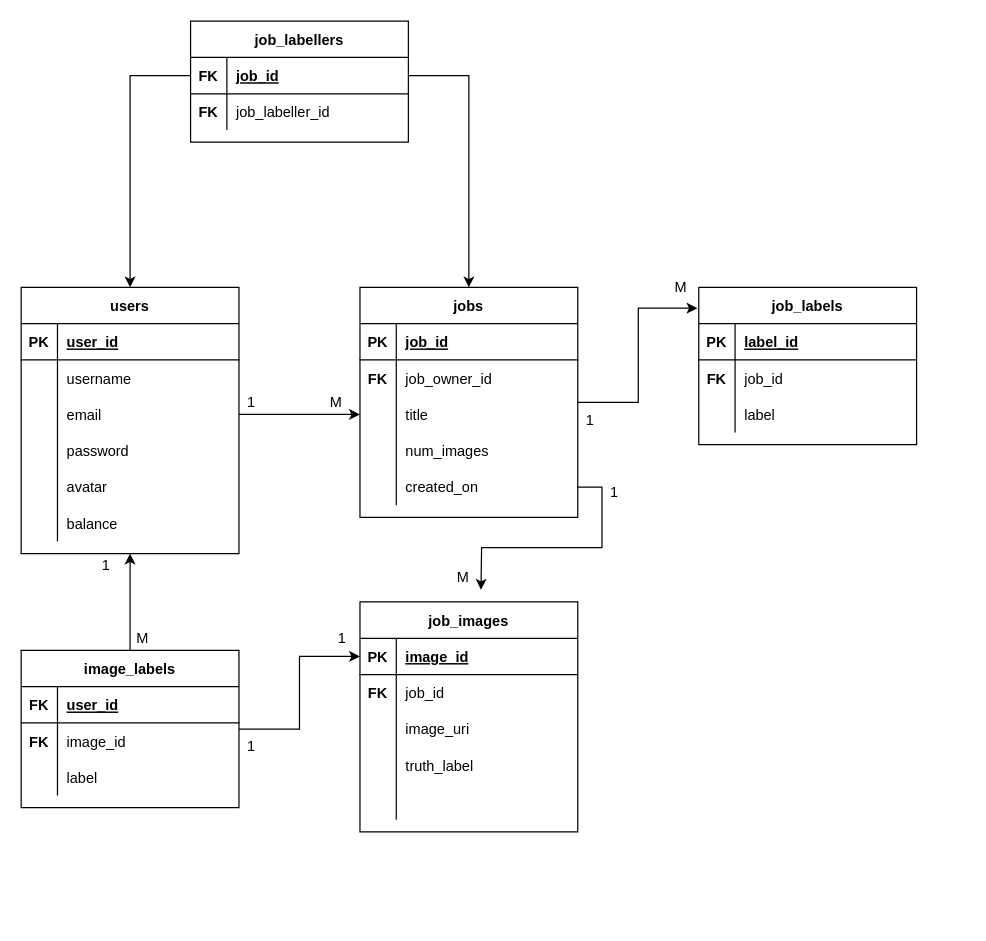
The draw.io diagram db_structure.drawio in faisal2754/Data-Labelling-Server, before the edit. Source tidied: cells renumbered, new cells numbered last; positions are measured from the earlier drawing's top-left corner, leaving out a move shared by most shapes. Both pictures are drawn from the tidied source at 121%, with x=0, y=0 at pixel (21, 21).
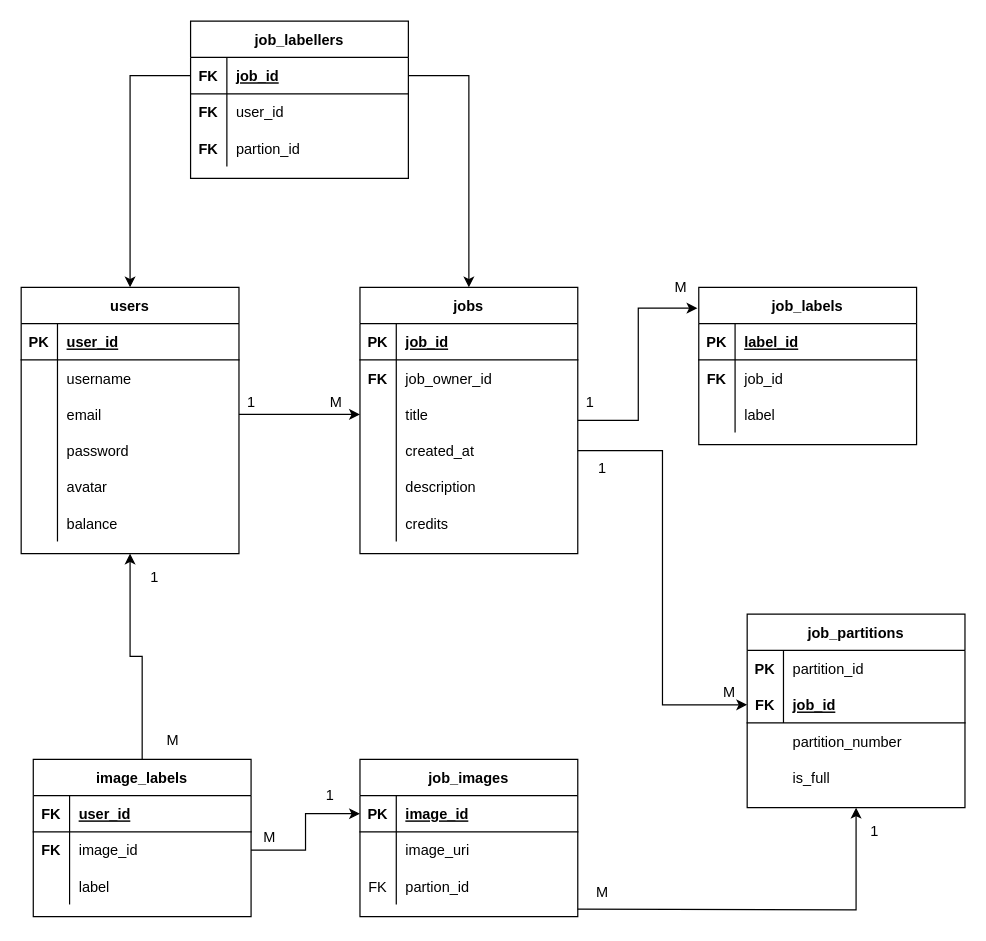
The same page after the edit.

The change refers to these unchanged cells:
```xml
<mxCell id="39" style="shape=partialRectangle;fillColor=none;top=0;left=0;bottom=1;right=0;points=[[0,0.5],[1,0.5]];portConstraint=eastwest;" parent="38" vertex="1">
  <mxGeometry y="30" width="180" height="30" as="geometry" />
</mxCell>
<mxCell id="78" style="shape=partialRectangle;fillColor=none;top=0;left=0;bottom=0;right=0;points=[[0,0.5],[1,0.5]];portConstraint=eastwest;" parent="74" vertex="1">
  <mxGeometry y="60" width="180" height="30" as="geometry" />
</mxCell>
<mxCell id="92" style="shape=partialRectangle;fillColor=none;top=0;left=0;bottom=0;right=0;" parent="88" vertex="1">
  <mxGeometry y="60" width="180" height="30" as="geometry" />
</mxCell>
```

Change to the diagram source:
```diff
@@
     <mxCell id="22" value="jobs" style="shape=table;startSize=30;childLayout=tableLayout;rowLines=0;fontStyle=1;align=center;" parent="1" vertex="1">
-      <mxGeometry x="280" y="220" width="180" height="190" as="geometry" />
+      <mxGeometry x="280" y="220" width="180" height="220" as="geometry" />
     </mxCell>
@@
-    <mxCell id="32" style="shape=partialRectangle;fillColor=none;top=0;left=0;bottom=0;right=0;" parent="22" vertex="1">
-      <mxGeometry y="120" width="180" height="30" as="geometry" />
-    </mxCell>
-    <mxCell id="33" style="shape=partialRectangle;fillColor=none;top=0;left=0;bottom=0;right=0;overflow=hidden;" parent="32" vertex="1">
-      <mxGeometry width="30" height="30" as="geometry" />
-    </mxCell>
-    <mxCell id="34" value="num_images" style="shape=partialRectangle;fillColor=none;top=0;left=0;bottom=0;right=0;align=left;spacingLeft=6;overflow=hidden;" parent="32" vertex="1">
-      <mxGeometry x="30" width="150" height="30" as="geometry" />
-    </mxCell>
     <mxCell id="35" style="shape=partialRectangle;fillColor=none;top=0;left=0;bottom=0;right=0;points=[[0,0.5],[1,0.5]];portConstraint=eastwest;" parent="22" vertex="1">
-      <mxGeometry y="150" width="180" height="30" as="geometry" />
+      <mxGeometry y="120" width="180" height="30" as="geometry" />
     </mxCell>
@@
-    <mxCell id="37" value="created_on" style="shape=partialRectangle;fillColor=none;top=0;left=0;bottom=0;right=0;align=left;spacingLeft=6;overflow=hidden;" parent="35" vertex="1">
+    <mxCell id="37" value="created_at" style="shape=partialRectangle;fillColor=none;top=0;left=0;bottom=0;right=0;align=left;spacingLeft=6;overflow=hidden;" parent="35" vertex="1">
       <mxGeometry x="30" width="150" height="30" as="geometry" />
     </mxCell>
+    <mxCell id="97" style="shape=partialRectangle;fillColor=none;top=0;left=0;bottom=0;right=0;" parent="22" vertex="1">
+      <mxGeometry y="150" width="180" height="30" as="geometry" />
+    </mxCell>
+    <mxCell id="98" style="shape=partialRectangle;fillColor=none;top=0;left=0;bottom=0;right=0;overflow=hidden;" parent="97" vertex="1">
+      <mxGeometry width="30" height="30" as="geometry" />
+    </mxCell>
+    <mxCell id="99" value="description" style="shape=partialRectangle;fillColor=none;top=0;left=0;bottom=0;right=0;align=left;spacingLeft=6;overflow=hidden;" parent="97" vertex="1">
+      <mxGeometry x="30" width="150" height="30" as="geometry" />
+    </mxCell>
+    <mxCell id="100" style="shape=partialRectangle;fillColor=none;top=0;left=0;bottom=0;right=0;" parent="22" vertex="1">
+      <mxGeometry y="180" width="180" height="30" as="geometry" />
+    </mxCell>
+    <mxCell id="101" style="shape=partialRectangle;fillColor=none;top=0;left=0;bottom=0;right=0;overflow=hidden;" parent="100" vertex="1">
+      <mxGeometry width="30" height="30" as="geometry" />
+    </mxCell>
+    <mxCell id="102" value="credits" style="shape=partialRectangle;fillColor=none;top=0;left=0;bottom=0;right=0;align=left;spacingLeft=6;overflow=hidden;" parent="100" vertex="1">
+      <mxGeometry x="30" width="150" height="30" as="geometry" />
+    </mxCell>
     <mxCell id="38" value="job_images" style="shape=table;startSize=30;childLayout=tableLayout;rowLines=0;fontStyle=1;align=center;" parent="1" vertex="1">
-      <mxGeometry x="280" y="480" width="180" height="190" as="geometry" />
+      <mxGeometry x="280" y="610" width="180" height="130" as="geometry" />
     </mxCell>
@@
-    <mxCell id="42" style="shape=partialRectangle;fillColor=none;top=0;left=0;bottom=0;right=0;" parent="38" vertex="1">
-      <mxGeometry y="60" width="180" height="30" as="geometry" />
-    </mxCell>
-    <mxCell id="43" value="FK" style="shape=partialRectangle;fillColor=none;top=0;left=0;bottom=0;right=0;overflow=hidden;fontStyle=1;" parent="42" vertex="1">
-      <mxGeometry width="30" height="30" as="geometry" />
-    </mxCell>
-    <mxCell id="44" value="job_id" style="shape=partialRectangle;fillColor=none;top=0;left=0;bottom=0;right=0;align=left;spacingLeft=6;overflow=hidden;" parent="42" vertex="1">
-      <mxGeometry x="30" width="150" height="30" as="geometry" />
-    </mxCell>
     <mxCell id="45" style="shape=partialRectangle;fillColor=none;top=0;left=0;bottom=0;right=0;" parent="38" vertex="1">
-      <mxGeometry y="90" width="180" height="30" as="geometry" />
+      <mxGeometry y="60" width="180" height="30" as="geometry" />
     </mxCell>
@@
-    <mxCell id="48" style="shape=partialRectangle;fillColor=none;top=0;left=0;bottom=0;right=0;" parent="38" vertex="1">
-      <mxGeometry y="120" width="180" height="30" as="geometry" />
-    </mxCell>
-    <mxCell id="49" style="shape=partialRectangle;fillColor=none;top=0;left=0;bottom=0;right=0;overflow=hidden;" parent="48" vertex="1">
-      <mxGeometry width="30" height="30" as="geometry" />
-    </mxCell>
-    <mxCell id="50" value="truth_label" style="shape=partialRectangle;fillColor=none;top=0;left=0;bottom=0;right=0;align=left;spacingLeft=6;overflow=hidden;" parent="48" vertex="1">
-      <mxGeometry x="30" width="150" height="30" as="geometry" />
-    </mxCell>
     <mxCell id="51" style="shape=partialRectangle;fillColor=none;top=0;left=0;bottom=0;right=0;" parent="38" vertex="1">
-      <mxGeometry y="150" width="180" height="30" as="geometry" />
+      <mxGeometry y="90" width="180" height="30" as="geometry" />
     </mxCell>
-    <mxCell id="52" style="shape=partialRectangle;fillColor=none;top=0;left=0;bottom=0;right=0;overflow=hidden;" parent="51" vertex="1">
+    <mxCell id="52" value="FK" style="shape=partialRectangle;fillColor=none;top=0;left=0;bottom=0;right=0;overflow=hidden;" parent="51" vertex="1">
       <mxGeometry width="30" height="30" as="geometry" />
     </mxCell>
-    <mxCell id="53" style="shape=partialRectangle;fillColor=none;top=0;left=0;bottom=0;right=0;align=left;spacingLeft=6;overflow=hidden;" parent="51" vertex="1">
+    <mxCell id="53" value="partion_id" style="shape=partialRectangle;fillColor=none;top=0;left=0;bottom=0;right=0;align=left;spacingLeft=6;overflow=hidden;" parent="51" vertex="1">
       <mxGeometry x="30" width="150" height="30" as="geometry" />
     </mxCell>
@@
-    <mxCell id="57" style="edgeStyle=orthogonalEdgeStyle;rounded=0;jettySize=auto;html=1;" parent="1" edge="1" source="35">
-      <mxGeometry relative="1" as="geometry">
-        <mxPoint x="380" y="470" as="targetPoint" />
-      </mxGeometry>
-    </mxCell>
     <mxCell id="58" value="1" style="text;html=1;align=center;verticalAlign=middle;strokeColor=none;" parent="1" vertex="1">
-      <mxGeometry x="480" y="380" width="20" height="20" as="geometry" />
+      <mxGeometry x="470" y="360" width="20" height="20" as="geometry" />
     </mxCell>
-    <mxCell id="59" value="M" style="text;html=1;align=center;verticalAlign=middle;strokeColor=none;" parent="1" vertex="1">
-      <mxGeometry x="350" y="450" width="30" height="20" as="geometry" />
-    </mxCell>
@@
     <mxCell id="70" value="1" style="text;html=1;align=center;verticalAlign=middle;strokeColor=none;" parent="1" vertex="1">
-      <mxGeometry x="460" y="320" width="20" height="20" as="geometry" />
+      <mxGeometry x="460" y="305" width="20" height="20" as="geometry" />
     </mxCell>
@@
-    <mxCell id="72" style="edgeStyle=orthogonalEdgeStyle;rounded=0;jettySize=auto;html=1;entryX=0;entryY=0.5;entryDx=0;entryDy=0;" parent="1" edge="1" source="74" target="39">
-      <mxGeometry relative="1" as="geometry" />
-    </mxCell>
@@
     <mxCell id="74" value="image_labels" style="shape=table;startSize=30;childLayout=tableLayout;rowLines=0;fontStyle=1;align=center;" parent="1" vertex="1">
-      <mxGeometry y="520" width="180" height="130" as="geometry" />
+      <mxGeometry x="10" y="610" width="180" height="130" as="geometry" />
     </mxCell>
@@
-    <mxCell id="84" value="1" style="text;html=1;align=center;verticalAlign=middle;strokeColor=none;" parent="1" vertex="1">
-      <mxGeometry x="180" y="590" width="20" height="20" as="geometry" />
-    </mxCell>
-    <mxCell id="85" value="1" style="text;html=1;align=center;verticalAlign=middle;strokeColor=none;" parent="1" vertex="1">
-      <mxGeometry x="255" y="500" width="20" height="20" as="geometry" />
-    </mxCell>
-    <mxCell id="86" value="1" style="text;html=1;align=center;verticalAlign=middle;strokeColor=none;" parent="1" vertex="1">
-      <mxGeometry x="60" y="440" width="20" height="20" as="geometry" />
-    </mxCell>
-    <mxCell id="87" value="M" style="text;html=1;align=center;verticalAlign=middle;strokeColor=none;" parent="1" vertex="1">
-      <mxGeometry x="85" y="500" width="30" height="20" as="geometry" />
-    </mxCell>
     <mxCell id="88" value="job_labellers" style="shape=table;startSize=30;childLayout=tableLayout;rowLines=0;fontStyle=1;align=center;" parent="1" vertex="1">
-      <mxGeometry x="140" width="180" height="100" as="geometry" />
+      <mxGeometry x="140" width="180" height="130" as="geometry" />
     </mxCell>
@@
-    <mxCell id="94" value="job_labeller_id" style="shape=partialRectangle;fillColor=none;top=0;left=0;bottom=0;right=0;align=left;spacingLeft=6;overflow=hidden;" parent="92" vertex="1">
+    <mxCell id="94" value="user_id" style="shape=partialRectangle;fillColor=none;top=0;left=0;bottom=0;right=0;align=left;spacingLeft=6;overflow=hidden;" parent="92" vertex="1">
       <mxGeometry x="30" width="150" height="30" as="geometry" />
     </mxCell>
+    <mxCell id="103" style="shape=partialRectangle;fillColor=none;top=0;left=0;bottom=0;right=0;" parent="88" vertex="1">
+      <mxGeometry y="90" width="180" height="30" as="geometry" />
+    </mxCell>
+    <mxCell id="43" value="FK" style="shape=partialRectangle;fillColor=none;top=0;left=0;bottom=0;right=0;overflow=hidden;fontStyle=1;" parent="103" vertex="1">
+      <mxGeometry width="30" height="30" as="geometry" />
+    </mxCell>
+    <mxCell id="104" value="partion_id" style="shape=partialRectangle;fillColor=none;top=0;left=0;bottom=0;right=0;align=left;spacingLeft=6;overflow=hidden;" parent="103" vertex="1">
+      <mxGeometry x="30" width="150" height="30" as="geometry" />
+    </mxCell>
@@
+    <mxCell id="105" value="job_partitions" style="shape=table;startSize=30;childLayout=tableLayout;rowLines=0;fontStyle=1;align=center;" parent="1" vertex="1">
+      <mxGeometry x="600" y="490" width="180" height="160" as="geometry" />
+    </mxCell>
+    <mxCell id="106" style="shape=partialRectangle;fillColor=none;top=0;left=0;bottom=0;right=0;" parent="105" vertex="1">
+      <mxGeometry y="30" width="180" height="30" as="geometry" />
+    </mxCell>
+    <mxCell id="107" value="PK" style="shape=partialRectangle;fillColor=none;top=0;left=0;bottom=0;right=0;overflow=hidden;fontStyle=1;" parent="106" vertex="1">
+      <mxGeometry width="30" height="30" as="geometry" />
+    </mxCell>
+    <mxCell id="108" value="partition_id" style="shape=partialRectangle;fillColor=none;top=0;left=0;bottom=0;right=0;align=left;spacingLeft=6;overflow=hidden;" parent="106" vertex="1">
+      <mxGeometry x="30" width="150" height="30" as="geometry" />
+    </mxCell>
+    <mxCell id="109" style="shape=partialRectangle;fillColor=none;top=0;left=0;bottom=1;right=0;points=[[0,0.5],[1,0.5]];portConstraint=eastwest;" parent="105" vertex="1">
+      <mxGeometry y="60" width="180" height="30" as="geometry" />
+    </mxCell>
+    <mxCell id="110" value="FK" style="shape=partialRectangle;fillColor=none;top=0;left=0;bottom=0;right=0;fontStyle=1;overflow=hidden;" parent="109" vertex="1">
+      <mxGeometry width="30" height="30" as="geometry" />
+    </mxCell>
+    <mxCell id="44" value="job_id" style="shape=partialRectangle;fillColor=none;top=0;left=0;bottom=0;right=0;align=left;spacingLeft=6;fontStyle=5;overflow=hidden;" parent="109" vertex="1">
+      <mxGeometry x="30" width="150" height="30" as="geometry" />
+    </mxCell>
+    <mxCell id="111" style="edgeStyle=orthogonalEdgeStyle;rounded=0;jettySize=auto;html=1;entryX=0;entryY=0.5;entryDx=0;entryDy=0;" parent="1" edge="1" source="35" target="109">
+      <mxGeometry relative="1" as="geometry" />
+    </mxCell>
+    <mxCell id="112" value="partition_number" style="shape=partialRectangle;fillColor=none;top=0;left=0;bottom=0;right=0;align=left;spacingLeft=6;overflow=hidden;" parent="1" vertex="1">
+      <mxGeometry x="630" y="580" width="150" height="30" as="geometry" />
+    </mxCell>
+    <mxCell id="113" style="edgeStyle=orthogonalEdgeStyle;rounded=0;jettySize=auto;html=1;entryX=0.5;entryY=1;entryDx=0;entryDy=0;" parent="1" edge="1" target="105">
+      <mxGeometry relative="1" as="geometry">
+        <mxPoint x="460" y="733.9" as="sourcePoint" />
+      </mxGeometry>
+    </mxCell>
+    <mxCell id="114" value="M" style="text;html=1;align=center;verticalAlign=middle;strokeColor=none;" parent="1" vertex="1">
+      <mxGeometry x="570" y="545" width="30" height="20" as="geometry" />
+    </mxCell>
+    <mxCell id="115" value="1" style="text;html=1;align=center;verticalAlign=middle;strokeColor=none;" parent="1" vertex="1">
+      <mxGeometry x="695" y="660" width="20" height="20" as="geometry" />
+    </mxCell>
+    <mxCell id="116" value="M" style="text;html=1;align=center;verticalAlign=middle;strokeColor=none;" parent="1" vertex="1">
+      <mxGeometry x="465" y="710" width="30" height="20" as="geometry" />
+    </mxCell>
+    <mxCell id="117" value="is_full" style="shape=partialRectangle;fillColor=none;top=0;left=0;bottom=0;right=0;align=left;spacingLeft=6;overflow=hidden;" parent="1" vertex="1">
+      <mxGeometry x="630" y="610" width="150" height="30" as="geometry" />
+    </mxCell>
+    <mxCell id="118" value="M" style="text;html=1;align=center;verticalAlign=middle;strokeColor=none;" parent="1" vertex="1">
+      <mxGeometry x="110" y="585" width="30" height="20" as="geometry" />
+    </mxCell>
+    <mxCell id="119" value="1" style="text;html=1;align=center;verticalAlign=middle;strokeColor=none;" parent="1" vertex="1">
+      <mxGeometry x="100" y="450" width="20" height="20" as="geometry" />
+    </mxCell>
+    <mxCell id="120" style="edgeStyle=orthogonalEdgeStyle;rounded=0;jettySize=auto;html=1;" parent="1" edge="1" source="78" target="39">
+      <mxGeometry relative="1" as="geometry" />
+    </mxCell>
+    <mxCell id="121" value="M" style="text;html=1;align=center;verticalAlign=middle;strokeColor=none;" parent="1" vertex="1">
+      <mxGeometry x="190" y="665" width="30" height="20" as="geometry" />
+    </mxCell>
+    <mxCell id="122" value="1" style="text;html=1;align=center;verticalAlign=middle;strokeColor=none;" parent="1" vertex="1">
+      <mxGeometry x="245" y="630" width="20" height="20" as="geometry" />
+    </mxCell>
```
